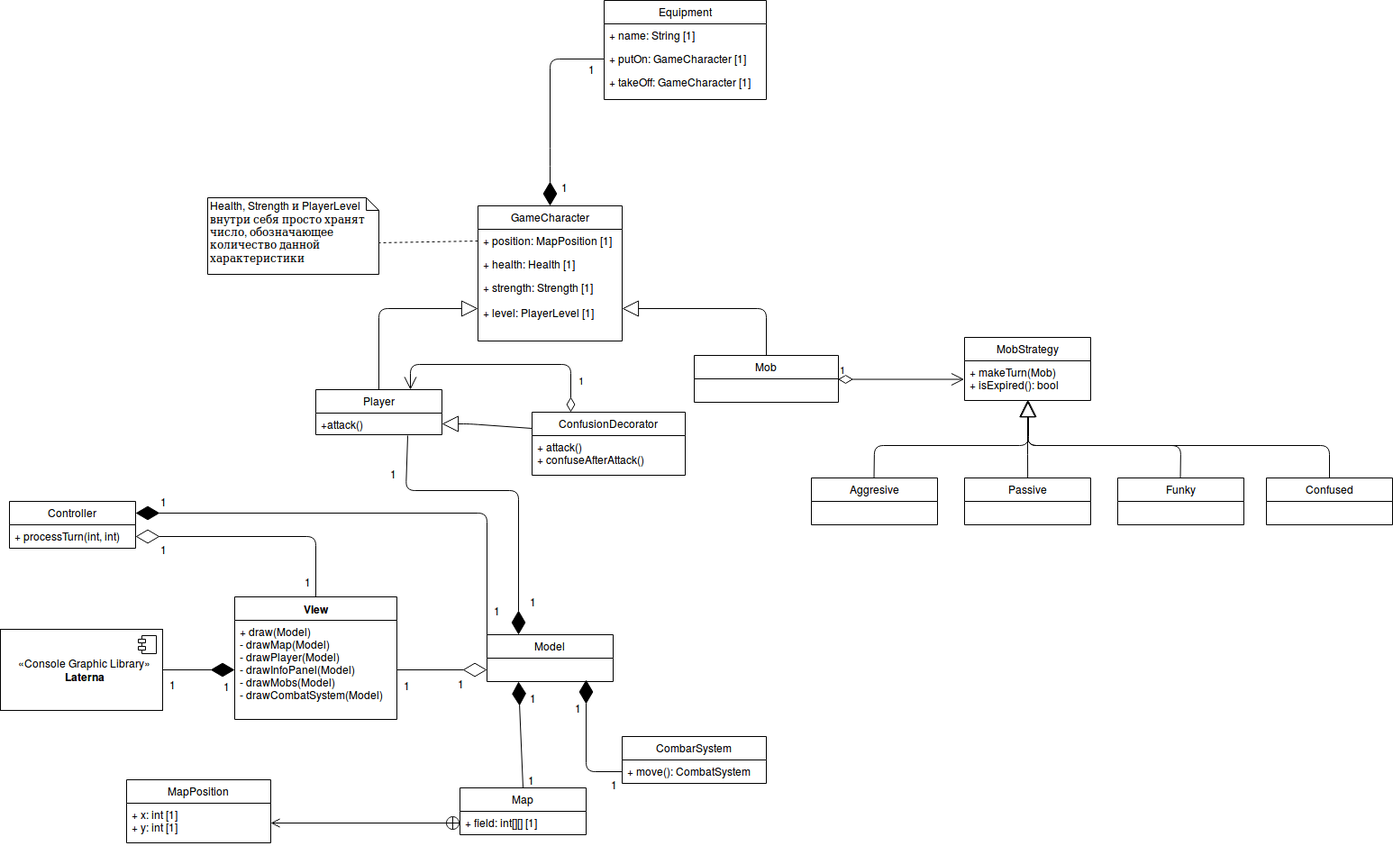
RamSaw/SoftwareDesign keeps this draw.io diagram as hw06/ClassDiagram.png. Above is the earlier version. Source tidied: cells renumbered, new cells last; positions are measured from the earlier drawing's top-left corner, leaving out a move shared by most shapes.
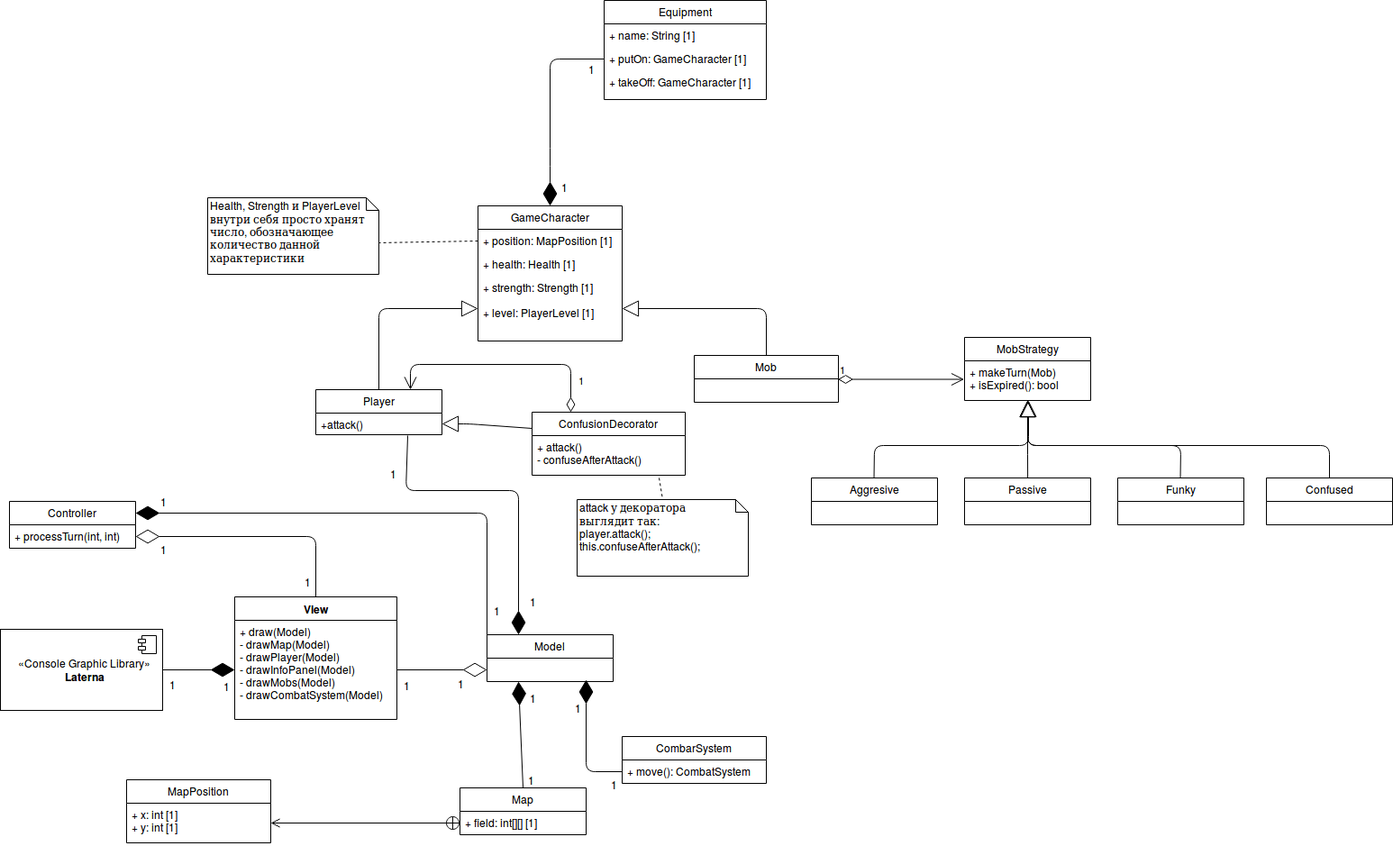
Above is the later version.

What changed in the source:
```diff
@@ -285,7 +285,7 @@
     <mxCell id="64" value="ConfusionDecorator" style="swimlane;fontStyle=0;horizontal=1;startSize=26;fillColor=none;" parent="1" vertex="1">
       <mxGeometry x="590" y="457" width="170" height="70" as="geometry" />
     </mxCell>
-    <mxCell id="65" value="+ attack()&#10;+ confuseAfterAttack()&#10;" style="text;strokeColor=none;fillColor=none;align=left;verticalAlign=top;spacingLeft=4;spacingRight=4;overflow=hidden;points=[[0,0.5],[1,0.5]];portConstraint=eastwest;" parent="64" vertex="1">
+    <mxCell id="65" value="+ attack()&#10;- confuseAfterAttack()&#10;" style="text;strokeColor=none;fillColor=none;align=left;verticalAlign=top;spacingLeft=4;spacingRight=4;overflow=hidden;points=[[0,0.5],[1,0.5]];portConstraint=eastwest;" parent="64" vertex="1">
       <mxGeometry y="26" width="170" height="44" as="geometry" />
     </mxCell>
     <mxCell id="66" value="Player" style="swimlane;fontStyle=0;horizontal=1;startSize=26;fillColor=none;" parent="1" vertex="1">
@@ -309,5 +309,11 @@
         </Array>
       </mxGeometry>
     </mxCell>
+    <mxCell id="70" value="&lt;div&gt;attack у декоратора&lt;/div&gt;&lt;div&gt;выглядит так:&lt;br&gt;player.attack();&lt;/div&gt;&lt;div&gt;this.confuseAfterAttack();&lt;br&gt;&lt;/div&gt;" style="shape=note;whiteSpace=wrap;html=1;size=14;verticalAlign=top;align=left;spacingTop=-6;" parent="1" vertex="1">
+      <mxGeometry x="640" y="554" width="190" height="85" as="geometry" />
+    </mxCell>
+    <mxCell id="71" style="endArrow=none;dashed=1;html=1;entryX=0.5;entryY=0;entryDx=0;entryDy=0;entryPerimeter=0;exitX=0.829;exitY=1.068;exitDx=0;exitDy=0;exitPerimeter=0;" parent="1" edge="1" source="65" target="70">
+      <mxGeometry relative="1" as="geometry" />
+    </mxCell>
   </root>
 </mxGraphModel>
```
